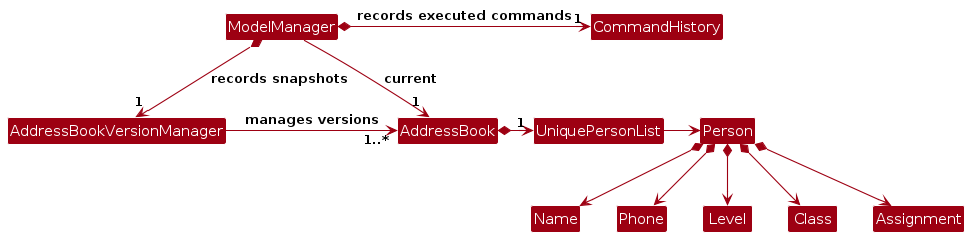
The PlantUML diagram diagrams/BetterModelClassDiagram.png in AY2526S1-CS2103T-F14b-3/tp, before a commit. Its source is kept beside it as diagrams/BetterModelClassDiagram.puml.
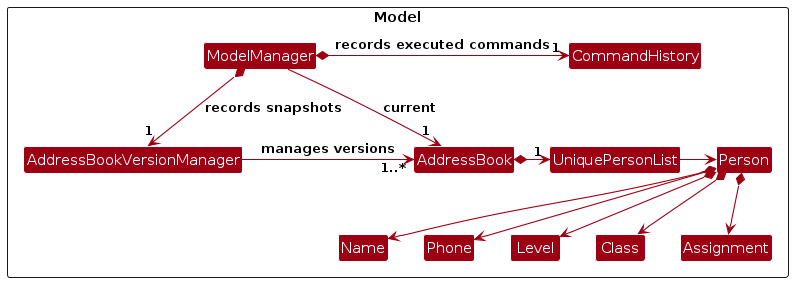
After the change.

Diff of the diagram source:
```diff
@@ -4,6 +4,7 @@
 skinparam arrowColor MODEL_COLOR
 skinparam classBackgroundColor MODEL_COLOR
 
+Package Model as ModelPackage <<Rectangle>>{
 ModelManager *-right-> "1" CommandHistory : records executed commands
 ModelManager -down-> "1" AddressBook : current
 ModelManager *-down-> "1" AddressBookVersionManager : records snapshots
@@ -17,4 +18,5 @@
 Person *--> Level
 Person *--> Class
 Person *--> Assignment
+}
 @enduml
```
